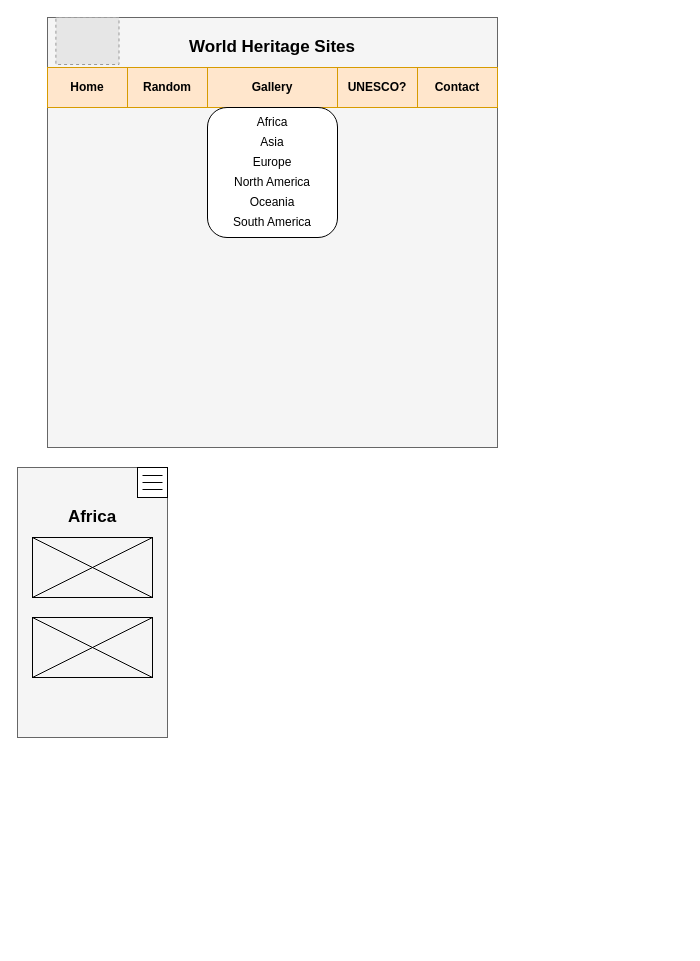
Woojin-nz/CC_Media_Showcase keeps this draw.io diagram as Wireframe.drawio. Above is the earlier version. Source tidied: cells renumbered, new cells numbered last; positions are measured from the earlier drawing's top-left corner, leaving out a move shared by most shapes. Both pictures are drawn from the tidied source at 100%, with x=0, y=0 at pixel (17, 17). Pictures stored in the file or linked from it are replaced by grey dashed boxes.
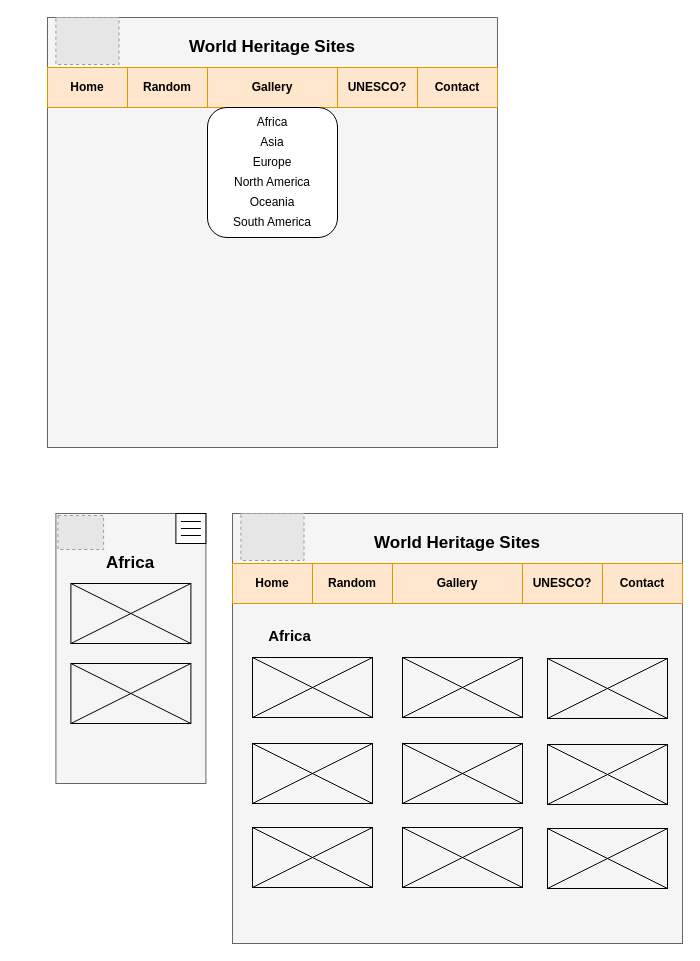
The same page after the edit.

The edit, as a diff of the source:
```diff
@@
     <mxCell id="17" style="rounded=0;whiteSpace=wrap;html=1;fillColor=#f5f5f5;strokeColor=#666666;fontColor=#333333;" parent="1" vertex="1">
-      <mxGeometry y="450" width="150" height="270" as="geometry" />
+      <mxGeometry x="38.4" y="496" width="150" height="270" as="geometry" />
     </mxCell>
     <mxCell id="18" value="&lt;span style=&quot;font-size: 17px&quot;&gt;&lt;b&gt;Africa&lt;/b&gt;&lt;/span&gt;" style="text;html=1;strokeColor=none;fillColor=none;align=center;verticalAlign=middle;whiteSpace=wrap;rounded=0;" parent="1" vertex="1">
-      <mxGeometry x="15" y="480" width="120" height="40" as="geometry" />
+      <mxGeometry x="53.4" y="526" width="120" height="40" as="geometry" />
     </mxCell>
     <mxCell id="19" style="rounded=0;whiteSpace=wrap;html=1;" parent="1" vertex="1">
-      <mxGeometry x="120" y="450" width="30" height="30" as="geometry" />
+      <mxGeometry x="158.4" y="496" width="30" height="30" as="geometry" />
     </mxCell>
     <mxCell id="20" style="endArrow=none;html=1;" parent="1" edge="1">
       <mxGeometry relative="1" as="geometry">
-        <mxPoint x="125" y="458" as="sourcePoint" />
-        <mxPoint x="145" y="458" as="targetPoint" />
+        <mxPoint x="163.4" y="504" as="sourcePoint" />
+        <mxPoint x="183.4" y="504" as="targetPoint" />
         <Array as="points">
-          <mxPoint x="145" y="458" />
+          <mxPoint x="183.4" y="504" />
         </Array>
       </mxGeometry>
     </mxCell>
     <mxCell id="21" style="endArrow=none;html=1;" parent="1" edge="1">
       <mxGeometry relative="1" as="geometry">
-        <mxPoint x="125" y="465" as="sourcePoint" />
-        <mxPoint x="145" y="465" as="targetPoint" />
+        <mxPoint x="163.4" y="511" as="sourcePoint" />
+        <mxPoint x="183.4" y="511" as="targetPoint" />
         <Array as="points">
-          <mxPoint x="145" y="465" />
+          <mxPoint x="183.4" y="511" />
         </Array>
       </mxGeometry>
     </mxCell>
     <mxCell id="22" style="endArrow=none;html=1;" parent="1" edge="1">
       <mxGeometry relative="1" as="geometry">
-        <mxPoint x="125" y="472" as="sourcePoint" />
-        <mxPoint x="145" y="472" as="targetPoint" />
+        <mxPoint x="163.4" y="518" as="sourcePoint" />
+        <mxPoint x="183.4" y="518" as="targetPoint" />
         <Array as="points">
-          <mxPoint x="145" y="472" />
+          <mxPoint x="183.4" y="518" />
         </Array>
       </mxGeometry>
     </mxCell>
     <mxCell id="23" style="rounded=0;whiteSpace=wrap;html=1;fillColor=none;" parent="1" vertex="1">
-      <mxGeometry x="15" y="520" width="120" height="60" as="geometry" />
+      <mxGeometry x="53.4" y="566" width="120" height="60" as="geometry" />
     </mxCell>
     <mxCell id="24" style="endArrow=none;html=1;exitX=0;exitY=1;exitDx=0;exitDy=0;" parent="1" edge="1" source="23">
       <mxGeometry relative="1" as="geometry">
-        <mxPoint x="135" y="520" as="targetPoint" />
+        <mxPoint x="173.4" y="566" as="targetPoint" />
       </mxGeometry>
     </mxCell>
@@
     <mxCell id="26" style="rounded=0;whiteSpace=wrap;html=1;fillColor=none;" parent="1" vertex="1">
-      <mxGeometry x="15" y="600" width="120" height="60" as="geometry" />
+      <mxGeometry x="53.4" y="646" width="120" height="60" as="geometry" />
     </mxCell>
     <mxCell id="27" style="endArrow=none;html=1;exitX=0;exitY=1;exitDx=0;exitDy=0;" parent="1" edge="1" source="26">
       <mxGeometry relative="1" as="geometry">
-        <mxPoint x="135" y="600" as="targetPoint" />
+        <mxPoint x="173.4" y="646" as="targetPoint" />
       </mxGeometry>
     </mxCell>
@@
+    <mxCell id="29" style="fillColor=#E6E6E6;strokeColor=#999999;dashed=1;verticalLabelPosition=bottom;labelBackgroundColor=#ffffff;verticalAlign=top;" parent="1" vertex="1">
+      <mxGeometry x="40.4" y="498" width="45.7" height="34" as="geometry" />
+    </mxCell>
+    <mxCell id="30" style="rounded=0;whiteSpace=wrap;html=1;fillColor=#f5f5f5;strokeColor=#666666;fontColor=#333333;" parent="1" vertex="1">
+      <mxGeometry x="215" y="496" width="450" height="430" as="geometry" />
+    </mxCell>
+    <mxCell id="31" value="Home" style="rounded=0;whiteSpace=wrap;html=1;fontStyle=1;fillColor=#ffe6cc;strokeColor=#d79b00;" parent="1" vertex="1">
+      <mxGeometry x="215" y="546" width="80" height="40" as="geometry" />
+    </mxCell>
+    <mxCell id="32" value="Random" style="rounded=0;whiteSpace=wrap;html=1;fontStyle=1;fillColor=#ffe6cc;strokeColor=#d79b00;" parent="1" vertex="1">
+      <mxGeometry x="295" y="546" width="80" height="40" as="geometry" />
+    </mxCell>
+    <mxCell id="33" value="&lt;b&gt;Gallery&lt;/b&gt;" style="rounded=0;whiteSpace=wrap;html=1;fillColor=#ffe6cc;strokeColor=#d79b00;" parent="1" vertex="1">
+      <mxGeometry x="375" y="546" width="130" height="40" as="geometry" />
+    </mxCell>
+    <mxCell id="34" value="&lt;b&gt;UNESCO?&lt;/b&gt;" style="rounded=0;whiteSpace=wrap;html=1;fillColor=#ffe6cc;strokeColor=#d79b00;" parent="1" vertex="1">
+      <mxGeometry x="505" y="546" width="80" height="40" as="geometry" />
+    </mxCell>
+    <mxCell id="35" value="Contact" style="rounded=0;whiteSpace=wrap;html=1;fontStyle=1;fillColor=#ffe6cc;strokeColor=#d79b00;" parent="1" vertex="1">
+      <mxGeometry x="585" y="546" width="80" height="40" as="geometry" />
+    </mxCell>
+    <mxCell id="36" value="&lt;b&gt;&lt;font style=&quot;font-size: 17px&quot;&gt;World Heritage Sites&lt;/font&gt;&lt;/b&gt;" style="text;html=1;strokeColor=none;fillColor=none;align=center;verticalAlign=middle;whiteSpace=wrap;rounded=0;" parent="1" vertex="1">
+      <mxGeometry x="355" y="506" width="170" height="40" as="geometry" />
+    </mxCell>
+    <mxCell id="37" style="fillColor=#E6E6E6;strokeColor=#999999;dashed=1;verticalLabelPosition=bottom;labelBackgroundColor=#ffffff;verticalAlign=top;" parent="1" vertex="1">
+      <mxGeometry x="223.4" y="496" width="63.1" height="47" as="geometry" />
+    </mxCell>
+    <mxCell id="38" value="&lt;font style=&quot;font-size: 15px&quot;&gt;Africa&lt;/font&gt;" style="text;html=1;strokeColor=none;fillColor=none;align=center;verticalAlign=middle;whiteSpace=wrap;rounded=0;fontStyle=1;" parent="1" vertex="1">
+      <mxGeometry x="225" y="596" width="95" height="44" as="geometry" />
+    </mxCell>
+    <mxCell id="39" style="rounded=0;whiteSpace=wrap;html=1;fillColor=none;" parent="1" vertex="1">
+      <mxGeometry x="235" y="640" width="120" height="60" as="geometry" />
+    </mxCell>
+    <mxCell id="40" style="endArrow=none;html=1;exitX=0;exitY=1;exitDx=0;exitDy=0;" parent="1" edge="1" source="39">
+      <mxGeometry relative="1" as="geometry">
+        <mxPoint x="355" y="640" as="targetPoint" />
+      </mxGeometry>
+    </mxCell>
+    <mxCell id="41" style="endArrow=none;html=1;exitX=0;exitY=0;exitDx=0;exitDy=0;entryX=1;entryY=1;entryDx=0;entryDy=0;" parent="1" edge="1" source="39" target="39">
+      <mxGeometry relative="1" as="geometry" />
+    </mxCell>
+    <mxCell id="42" style="rounded=0;whiteSpace=wrap;html=1;fillColor=none;" parent="1" vertex="1">
+      <mxGeometry x="235" y="726" width="120" height="60" as="geometry" />
+    </mxCell>
+    <mxCell id="43" style="endArrow=none;html=1;exitX=0;exitY=1;exitDx=0;exitDy=0;" parent="1" edge="1" source="42">
+      <mxGeometry relative="1" as="geometry">
+        <mxPoint x="355" y="726" as="targetPoint" />
+      </mxGeometry>
+    </mxCell>
+    <mxCell id="44" style="endArrow=none;html=1;exitX=0;exitY=0;exitDx=0;exitDy=0;entryX=1;entryY=1;entryDx=0;entryDy=0;" parent="1" edge="1" source="42" target="42">
+      <mxGeometry relative="1" as="geometry" />
+    </mxCell>
+    <mxCell id="45" style="rounded=0;whiteSpace=wrap;html=1;fillColor=none;" parent="1" vertex="1">
+      <mxGeometry x="235" y="810" width="120" height="60" as="geometry" />
+    </mxCell>
+    <mxCell id="46" style="endArrow=none;html=1;exitX=0;exitY=1;exitDx=0;exitDy=0;" parent="1" edge="1" source="45">
+      <mxGeometry relative="1" as="geometry">
+        <mxPoint x="355" y="810" as="targetPoint" />
+      </mxGeometry>
+    </mxCell>
+    <mxCell id="47" style="endArrow=none;html=1;exitX=0;exitY=0;exitDx=0;exitDy=0;entryX=1;entryY=1;entryDx=0;entryDy=0;" parent="1" edge="1" source="45" target="45">
+      <mxGeometry relative="1" as="geometry" />
+    </mxCell>
+    <mxCell id="48" style="rounded=0;whiteSpace=wrap;html=1;fillColor=none;" parent="1" vertex="1">
+      <mxGeometry x="385" y="640" width="120" height="60" as="geometry" />
+    </mxCell>
+    <mxCell id="49" style="endArrow=none;html=1;exitX=0;exitY=1;exitDx=0;exitDy=0;" parent="1" edge="1" source="48">
+      <mxGeometry relative="1" as="geometry">
+        <mxPoint x="505" y="640" as="targetPoint" />
+      </mxGeometry>
+    </mxCell>
+    <mxCell id="50" style="endArrow=none;html=1;exitX=0;exitY=0;exitDx=0;exitDy=0;entryX=1;entryY=1;entryDx=0;entryDy=0;" parent="1" edge="1" source="48" target="48">
+      <mxGeometry relative="1" as="geometry" />
+    </mxCell>
+    <mxCell id="51" style="rounded=0;whiteSpace=wrap;html=1;fillColor=none;" parent="1" vertex="1">
+      <mxGeometry x="385" y="726" width="120" height="60" as="geometry" />
+    </mxCell>
+    <mxCell id="52" style="endArrow=none;html=1;exitX=0;exitY=1;exitDx=0;exitDy=0;" parent="1" edge="1" source="51">
+      <mxGeometry relative="1" as="geometry">
+        <mxPoint x="505" y="726" as="targetPoint" />
+      </mxGeometry>
+    </mxCell>
+    <mxCell id="53" style="endArrow=none;html=1;exitX=0;exitY=0;exitDx=0;exitDy=0;entryX=1;entryY=1;entryDx=0;entryDy=0;" parent="1" edge="1" source="51" target="51">
+      <mxGeometry relative="1" as="geometry" />
+    </mxCell>
+    <mxCell id="54" style="rounded=0;whiteSpace=wrap;html=1;fillColor=none;" parent="1" vertex="1">
+      <mxGeometry x="385" y="810" width="120" height="60" as="geometry" />
+    </mxCell>
+    <mxCell id="55" style="endArrow=none;html=1;exitX=0;exitY=1;exitDx=0;exitDy=0;" parent="1" edge="1" source="54">
+      <mxGeometry relative="1" as="geometry">
+        <mxPoint x="505" y="810" as="targetPoint" />
+      </mxGeometry>
+    </mxCell>
+    <mxCell id="56" style="endArrow=none;html=1;exitX=0;exitY=0;exitDx=0;exitDy=0;entryX=1;entryY=1;entryDx=0;entryDy=0;" parent="1" edge="1" source="54" target="54">
+      <mxGeometry relative="1" as="geometry" />
+    </mxCell>
+    <mxCell id="57" style="rounded=0;whiteSpace=wrap;html=1;fillColor=none;" parent="1" vertex="1">
+      <mxGeometry x="530" y="641" width="120" height="60" as="geometry" />
+    </mxCell>
+    <mxCell id="58" style="endArrow=none;html=1;exitX=0;exitY=1;exitDx=0;exitDy=0;" parent="1" edge="1" source="57">
+      <mxGeometry relative="1" as="geometry">
+        <mxPoint x="650" y="641" as="targetPoint" />
+      </mxGeometry>
+    </mxCell>
+    <mxCell id="59" style="endArrow=none;html=1;exitX=0;exitY=0;exitDx=0;exitDy=0;entryX=1;entryY=1;entryDx=0;entryDy=0;" parent="1" edge="1" source="57" target="57">
+      <mxGeometry relative="1" as="geometry" />
+    </mxCell>
+    <mxCell id="60" style="rounded=0;whiteSpace=wrap;html=1;fillColor=none;" parent="1" vertex="1">
+      <mxGeometry x="530" y="727" width="120" height="60" as="geometry" />
+    </mxCell>
+    <mxCell id="61" style="endArrow=none;html=1;exitX=0;exitY=1;exitDx=0;exitDy=0;" parent="1" edge="1" source="60">
+      <mxGeometry relative="1" as="geometry">
+        <mxPoint x="650" y="727" as="targetPoint" />
+      </mxGeometry>
+    </mxCell>
+    <mxCell id="62" style="endArrow=none;html=1;exitX=0;exitY=0;exitDx=0;exitDy=0;entryX=1;entryY=1;entryDx=0;entryDy=0;" parent="1" edge="1" source="60" target="60">
+      <mxGeometry relative="1" as="geometry" />
+    </mxCell>
+    <mxCell id="63" style="rounded=0;whiteSpace=wrap;html=1;fillColor=none;" parent="1" vertex="1">
+      <mxGeometry x="530" y="811" width="120" height="60" as="geometry" />
+    </mxCell>
+    <mxCell id="64" style="endArrow=none;html=1;exitX=0;exitY=1;exitDx=0;exitDy=0;" parent="1" edge="1" source="63">
+      <mxGeometry relative="1" as="geometry">
+        <mxPoint x="650" y="811" as="targetPoint" />
+      </mxGeometry>
+    </mxCell>
+    <mxCell id="65" style="endArrow=none;html=1;exitX=0;exitY=0;exitDx=0;exitDy=0;entryX=1;entryY=1;entryDx=0;entryDy=0;" parent="1" edge="1" source="63" target="63">
+      <mxGeometry relative="1" as="geometry" />
+    </mxCell>
```
